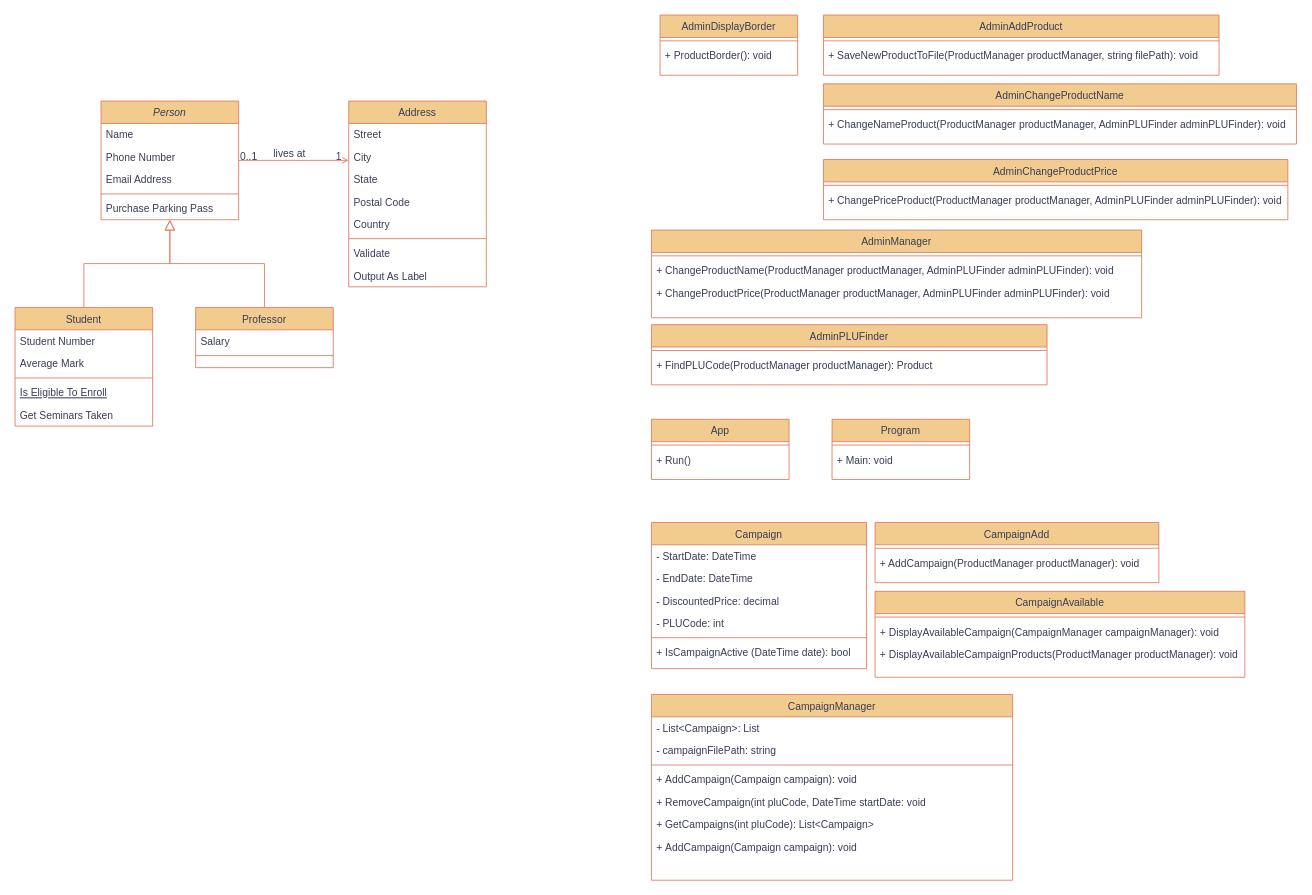
Before: Kassasystemet/UML/Kassasystemet.drawio in tovdal/Kassasystemet, a draw.io diagram. Source tidied: cells renumbered, new cells numbered last; positions are measured from the earlier drawing's top-left corner, leaving out a move shared by most shapes. Both pictures are drawn from the tidied source at 86%, with x=0, y=0 at pixel (15, 15).
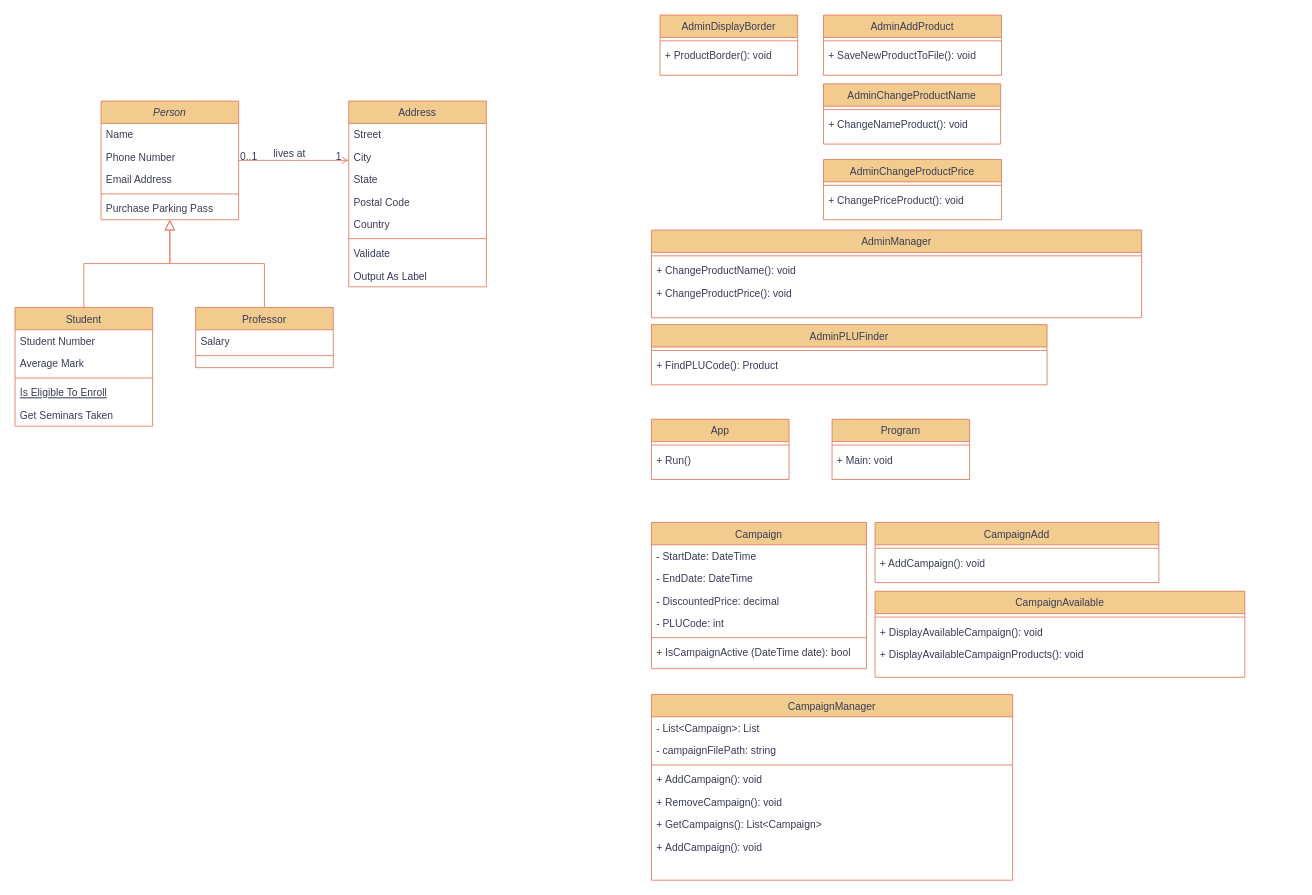
Above is the later version.

Commit message (it also covers changes not shown here):
Made changes to Available product display. Made it wider to fit longer names

Unchanged cells that the change refers to:
```xml
<mxCell id="44" value="AdminManager" style="swimlane;fontStyle=0;align=center;verticalAlign=top;horizontal=1;startSize=26;rounded=0;shadow=0;strokeWidth=1;labelBackgroundColor=none;fillColor=#F2CC8F;strokeColor=#E07A5F;fontColor=#393C56;" parent="1" vertex="1">
  <mxGeometry x="740" y="250" width="570" height="102" as="geometry" />
</mxCell>
<mxCell id="48" value="AdminPLUFinder" style="swimlane;fontStyle=0;align=center;verticalAlign=top;horizontal=1;startSize=26;rounded=0;shadow=0;strokeWidth=1;labelBackgroundColor=none;fillColor=#F2CC8F;strokeColor=#E07A5F;fontColor=#393C56;" parent="1" vertex="1">
  <mxGeometry x="740" y="360" width="460" height="70" as="geometry" />
</mxCell>
<mxCell id="61" value="CampaignAdd" style="swimlane;fontStyle=0;align=center;verticalAlign=top;horizontal=1;startSize=26;rounded=0;shadow=0;strokeWidth=1;labelBackgroundColor=none;fillColor=#F2CC8F;strokeColor=#E07A5F;fontColor=#393C56;" parent="1" vertex="1">
  <mxGeometry x="1000" y="590" width="330" height="70" as="geometry" />
</mxCell>
<mxCell id="64" value="CampaignAvailable" style="swimlane;fontStyle=0;align=center;verticalAlign=top;horizontal=1;startSize=26;rounded=0;shadow=0;strokeWidth=1;labelBackgroundColor=none;fillColor=#F2CC8F;strokeColor=#E07A5F;fontColor=#393C56;" parent="1" vertex="1">
  <mxGeometry x="1000" y="670" width="430" height="100" as="geometry" />
</mxCell>
<mxCell id="71" value="CampaignManager" style="swimlane;fontStyle=0;align=center;verticalAlign=top;horizontal=1;startSize=26;rounded=0;shadow=0;strokeWidth=1;labelBackgroundColor=none;fillColor=#F2CC8F;strokeColor=#E07A5F;fontColor=#393C56;" parent="1" vertex="1">
  <mxGeometry x="740" y="790" width="420" height="216" as="geometry" />
</mxCell>
```

Diff of the diagram source:
```diff
@@
     <mxCell id="35" value="AdminAddProduct" style="swimlane;fontStyle=0;align=center;verticalAlign=top;horizontal=1;startSize=26;rounded=0;shadow=0;strokeWidth=1;labelBackgroundColor=none;fillColor=#F2CC8F;strokeColor=#E07A5F;fontColor=#393C56;" parent="1" vertex="1">
-      <mxGeometry x="940" width="460" height="70" as="geometry" />
+      <mxGeometry x="940" width="207" height="70" as="geometry" />
     </mxCell>
     <mxCell id="36" style="line;html=1;strokeWidth=1;align=left;verticalAlign=middle;spacingTop=-1;spacingLeft=3;spacingRight=3;labelPosition=right;labelBackgroundColor=none;fillColor=#F2CC8F;strokeColor=#E07A5F;fontColor=#393C56;" parent="35" vertex="1">
-      <mxGeometry y="26" width="460" height="8" as="geometry" />
+      <mxGeometry y="26" width="207" height="8" as="geometry" />
     </mxCell>
-    <mxCell id="37" value="+ SaveNewProductToFile(ProductManager productManager, string filePath): void" style="text;align=left;verticalAlign=top;spacingLeft=4;spacingRight=4;overflow=hidden;labelBackgroundColor=none;fontColor=#393C56;" parent="35" vertex="1">
-      <mxGeometry y="34" width="460" height="26" as="geometry" />
+    <mxCell id="37" value="+ SaveNewProductToFile(): void" style="text;align=left;verticalAlign=top;spacingLeft=4;spacingRight=4;overflow=hidden;labelBackgroundColor=none;fontColor=#393C56;" parent="35" vertex="1">
+      <mxGeometry y="34" width="207" height="26" as="geometry" />
     </mxCell>
     <mxCell id="38" value="AdminChangeProductName" style="swimlane;fontStyle=0;align=center;verticalAlign=top;horizontal=1;startSize=26;rounded=0;shadow=0;strokeWidth=1;labelBackgroundColor=none;fillColor=#F2CC8F;strokeColor=#E07A5F;fontColor=#393C56;" parent="1" vertex="1">
-      <mxGeometry x="940" y="80" width="550" height="70" as="geometry" />
+      <mxGeometry x="940" y="80" width="206" height="70" as="geometry" />
     </mxCell>
     <mxCell id="39" style="line;html=1;strokeWidth=1;align=left;verticalAlign=middle;spacingTop=-1;spacingLeft=3;spacingRight=3;labelPosition=right;labelBackgroundColor=none;fillColor=#F2CC8F;strokeColor=#E07A5F;fontColor=#393C56;" parent="38" vertex="1">
-      <mxGeometry y="26" width="550" height="8" as="geometry" />
+      <mxGeometry y="26" width="206" height="8" as="geometry" />
     </mxCell>
-    <mxCell id="40" value="+ ChangeNameProduct(ProductManager productManager, AdminPLUFinder adminPLUFinder): void" style="text;align=left;verticalAlign=top;spacingLeft=4;spacingRight=4;overflow=hidden;labelBackgroundColor=none;fontColor=#393C56;" parent="38" vertex="1">
-      <mxGeometry y="34" width="550" height="26" as="geometry" />
+    <mxCell id="40" value="+ ChangeNameProduct(): void" style="text;align=left;verticalAlign=top;spacingLeft=4;spacingRight=4;overflow=hidden;labelBackgroundColor=none;fontColor=#393C56;" parent="38" vertex="1">
+      <mxGeometry y="34" width="206" height="26" as="geometry" />
     </mxCell>
     <mxCell id="41" value="AdminChangeProductPrice" style="swimlane;fontStyle=0;align=center;verticalAlign=top;horizontal=1;startSize=26;rounded=0;shadow=0;strokeWidth=1;strokeColor=#E07A5F;labelBackgroundColor=none;fillColor=#F2CC8F;fontColor=#393C56;" parent="1" vertex="1">
-      <mxGeometry x="940" y="168" width="540" height="70" as="geometry" />
+      <mxGeometry x="940" y="168" width="207" height="70" as="geometry" />
     </mxCell>
     <mxCell id="42" style="line;html=1;strokeWidth=1;align=left;verticalAlign=middle;spacingTop=-1;spacingLeft=3;spacingRight=3;labelPosition=right;labelBackgroundColor=none;fillColor=#F2CC8F;strokeColor=#E07A5F;fontColor=#393C56;" parent="41" vertex="1">
-      <mxGeometry y="26" width="540" height="8" as="geometry" />
+      <mxGeometry y="26" width="207" height="8" as="geometry" />
     </mxCell>
-    <mxCell id="43" value="+ ChangePriceProduct(ProductManager productManager, AdminPLUFinder adminPLUFinder): void" style="text;align=left;verticalAlign=top;spacingLeft=4;spacingRight=4;overflow=hidden;labelBackgroundColor=none;fontColor=#393C56;" parent="41" vertex="1">
-      <mxGeometry y="34" width="540" height="26" as="geometry" />
+    <mxCell id="43" value="+ ChangePriceProduct(): void" style="text;align=left;verticalAlign=top;spacingLeft=4;spacingRight=4;overflow=hidden;labelBackgroundColor=none;fontColor=#393C56;" parent="41" vertex="1">
+      <mxGeometry y="34" width="207" height="26" as="geometry" />
     </mxCell>
@@
-    <mxCell id="46" value="+ ChangeProductName(ProductManager productManager, AdminPLUFinder adminPLUFinder): void" style="text;align=left;verticalAlign=top;spacingLeft=4;spacingRight=4;overflow=hidden;labelBackgroundColor=none;fontColor=#393C56;" parent="44" vertex="1">
+    <mxCell id="46" value="+ ChangeProductName(): void" style="text;align=left;verticalAlign=top;spacingLeft=4;spacingRight=4;overflow=hidden;labelBackgroundColor=none;fontColor=#393C56;" parent="44" vertex="1">
       <mxGeometry y="34" width="570" height="26" as="geometry" />
     </mxCell>
-    <mxCell id="47" value="+ ChangeProductPrice(ProductManager productManager, AdminPLUFinder adminPLUFinder): void" style="text;align=left;verticalAlign=top;spacingLeft=4;spacingRight=4;overflow=hidden;labelBackgroundColor=none;fontColor=#393C56;" parent="44" vertex="1">
+    <mxCell id="47" value="+ ChangeProductPrice(): void" style="text;align=left;verticalAlign=top;spacingLeft=4;spacingRight=4;overflow=hidden;labelBackgroundColor=none;fontColor=#393C56;" parent="44" vertex="1">
       <mxGeometry y="60" width="570" height="26" as="geometry" />
     </mxCell>
@@
-    <mxCell id="50" value="+ FindPLUCode(ProductManager productManager): Product" style="text;align=left;verticalAlign=top;spacingLeft=4;spacingRight=4;overflow=hidden;labelBackgroundColor=none;fontColor=#393C56;" parent="48" vertex="1">
+    <mxCell id="50" value="+ FindPLUCode(): Product" style="text;align=left;verticalAlign=top;spacingLeft=4;spacingRight=4;overflow=hidden;labelBackgroundColor=none;fontColor=#393C56;" parent="48" vertex="1">
       <mxGeometry y="34" width="460" height="26" as="geometry" />
     </mxCell>
@@
-    <mxCell id="63" value="+ AddCampaign(ProductManager productManager): void" style="text;align=left;verticalAlign=top;spacingLeft=4;spacingRight=4;overflow=hidden;labelBackgroundColor=none;fontColor=#393C56;" parent="61" vertex="1">
+    <mxCell id="63" value="+ AddCampaign(): void" style="text;align=left;verticalAlign=top;spacingLeft=4;spacingRight=4;overflow=hidden;labelBackgroundColor=none;fontColor=#393C56;" parent="61" vertex="1">
       <mxGeometry y="34" width="330" height="26" as="geometry" />
     </mxCell>
@@
-    <mxCell id="66" value="+ DisplayAvailableCampaign(CampaignManager campaignManager): void" style="text;align=left;verticalAlign=top;spacingLeft=4;spacingRight=4;overflow=hidden;labelBackgroundColor=none;fontColor=#393C56;" parent="64" vertex="1">
+    <mxCell id="66" value="+ DisplayAvailableCampaign(): void" style="text;align=left;verticalAlign=top;spacingLeft=4;spacingRight=4;overflow=hidden;labelBackgroundColor=none;fontColor=#393C56;" parent="64" vertex="1">
       <mxGeometry y="34" width="430" height="26" as="geometry" />
     </mxCell>
-    <mxCell id="67" value="+ DisplayAvailableCampaignProducts(ProductManager productManager): void" style="text;align=left;verticalAlign=top;spacingLeft=4;spacingRight=4;overflow=hidden;labelBackgroundColor=none;fontColor=#393C56;" parent="64" vertex="1">
+    <mxCell id="67" value="+ DisplayAvailableCampaignProducts(): void" style="text;align=left;verticalAlign=top;spacingLeft=4;spacingRight=4;overflow=hidden;labelBackgroundColor=none;fontColor=#393C56;" parent="64" vertex="1">
       <mxGeometry y="60" width="430" height="26" as="geometry" />
     </mxCell>
@@
-    <mxCell id="75" value="+ AddCampaign(Campaign campaign): void" style="text;align=left;verticalAlign=top;spacingLeft=4;spacingRight=4;overflow=hidden;labelBackgroundColor=none;fontColor=#393C56;" parent="71" vertex="1">
+    <mxCell id="75" value="+ AddCampaign(): void" style="text;align=left;verticalAlign=top;spacingLeft=4;spacingRight=4;overflow=hidden;labelBackgroundColor=none;fontColor=#393C56;" parent="71" vertex="1">
       <mxGeometry y="86" width="420" height="26" as="geometry" />
     </mxCell>
-    <mxCell id="76" value="+ RemoveCampaign(int pluCode, DateTime startDate: void&#10;" style="text;align=left;verticalAlign=top;spacingLeft=4;spacingRight=4;overflow=hidden;labelBackgroundColor=none;fontColor=#393C56;" parent="71" vertex="1">
+    <mxCell id="76" value="+ RemoveCampaign(): void&#10;" style="text;align=left;verticalAlign=top;spacingLeft=4;spacingRight=4;overflow=hidden;labelBackgroundColor=none;fontColor=#393C56;" parent="71" vertex="1">
       <mxGeometry y="112" width="420" height="26" as="geometry" />
     </mxCell>
-    <mxCell id="77" value="+ GetCampaigns(int pluCode): List&lt;Campaign&gt;" style="text;align=left;verticalAlign=top;spacingLeft=4;spacingRight=4;overflow=hidden;labelBackgroundColor=none;fontColor=#393C56;" parent="71" vertex="1">
+    <mxCell id="77" value="+ GetCampaigns(): List&lt;Campaign&gt;" style="text;align=left;verticalAlign=top;spacingLeft=4;spacingRight=4;overflow=hidden;labelBackgroundColor=none;fontColor=#393C56;" parent="71" vertex="1">
       <mxGeometry y="138" width="420" height="26" as="geometry" />
     </mxCell>
-    <mxCell id="78" value="+ AddCampaign(Campaign campaign): void" style="text;align=left;verticalAlign=top;spacingLeft=4;spacingRight=4;overflow=hidden;labelBackgroundColor=none;fontColor=#393C56;" parent="71" vertex="1">
+    <mxCell id="78" value="+ AddCampaign(): void" style="text;align=left;verticalAlign=top;spacingLeft=4;spacingRight=4;overflow=hidden;labelBackgroundColor=none;fontColor=#393C56;" parent="71" vertex="1">
       <mxGeometry y="164" width="420" height="26" as="geometry" />
     </mxCell>
```
